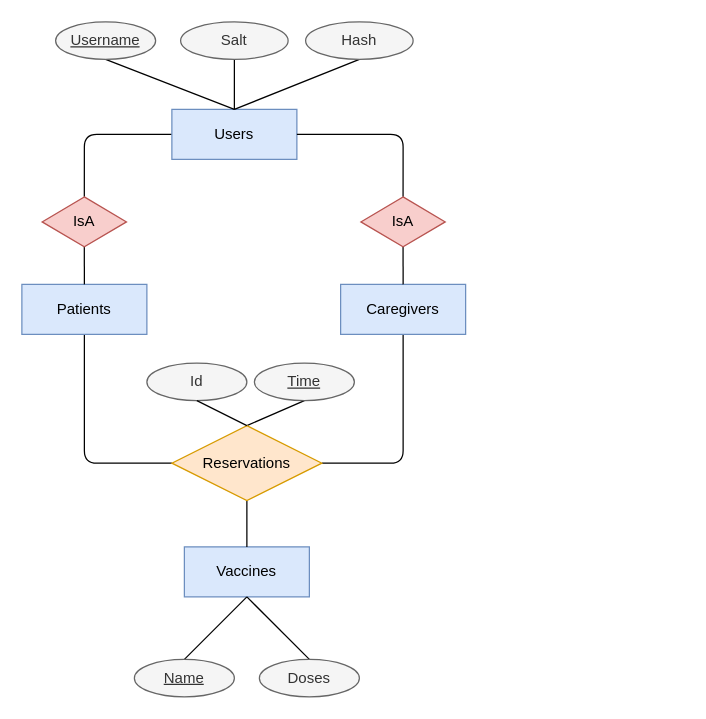
The draw.io diagram src/main/resources/er_diagram.drawio in LiyangTseng/vaccine-scheduler-java, before the edit. Source tidied: cells renumbered, new cells numbered last; positions are measured from the earlier drawing's top-left corner, leaving out a move shared by most shapes. Both pictures are drawn from the tidied source at 125%, with x=0, y=0 at pixel (21, 21).
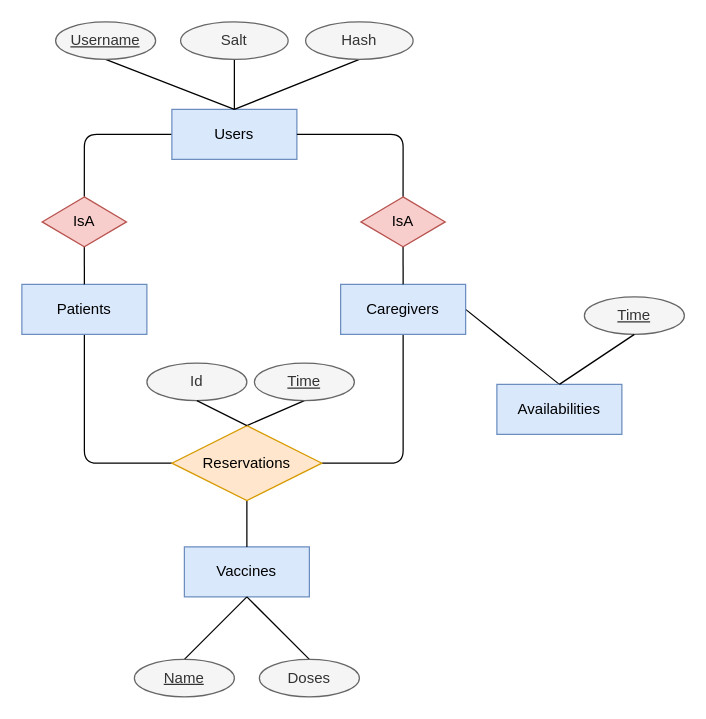
Above is the later version.

Unchanged cells that the change refers to:
```xml
<mxCell id="5" value="Caregivers" style="whiteSpace=wrap;html=1;align=center;fillColor=#dae8fc;strokeColor=#6c8ebf;" parent="1" vertex="1">
  <mxGeometry x="255" y="210" width="100" height="40" as="geometry" />
</mxCell>
```

Change to the diagram source:
```diff
@@
+    <mxCell id="30" style="edgeStyle=none;html=1;exitX=1;exitY=0.5;exitDx=0;exitDy=0;entryX=0.5;entryY=0;entryDx=0;entryDy=0;endArrow=none;endFill=0;" parent="1" edge="1" source="5" target="31">
+      <mxGeometry relative="1" as="geometry" />
+    </mxCell>
@@
+    <mxCell id="31" value="Availabilities" style="whiteSpace=wrap;html=1;align=center;fillColor=#dae8fc;strokeColor=#6c8ebf;" parent="1" vertex="1">
+      <mxGeometry x="380" y="290" width="100" height="40" as="geometry" />
+    </mxCell>
+    <mxCell id="32" value="&lt;u&gt;Time&lt;/u&gt;" style="ellipse;whiteSpace=wrap;html=1;align=center;fillColor=#f5f5f5;fontColor=#333333;strokeColor=#666666;" parent="1" vertex="1">
+      <mxGeometry x="450" y="220" width="80" height="30" as="geometry" />
+    </mxCell>
+    <mxCell id="33" style="edgeStyle=none;html=1;exitX=0.5;exitY=1;exitDx=0;exitDy=0;entryX=0.5;entryY=0;entryDx=0;entryDy=0;endArrow=none;endFill=0;" parent="1" edge="1" source="32" target="31">
+      <mxGeometry relative="1" as="geometry" />
+    </mxCell>
```
